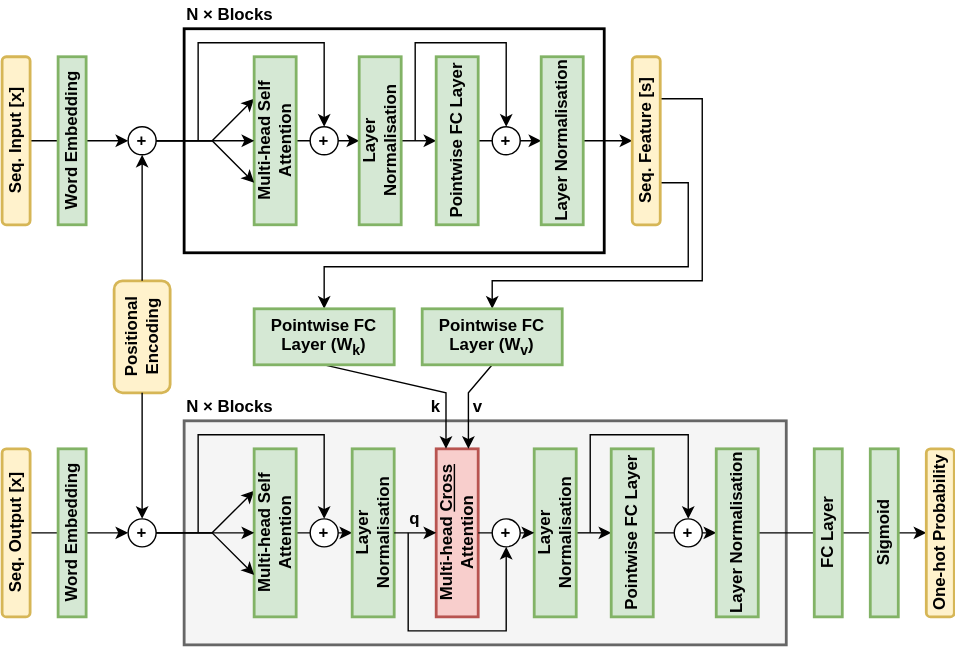
Above: transformer_encoding_decoding.svg in yyhtbs-yye/course_images (draw.io), before the change. Source tidied: cells renumbered, new cells last; positions are measured from the earlier drawing's top-left corner, leaving out a move shared by most shapes. The source it was exported from:
```xml
<mxGraphModel>
  <root>
    <mxCell id="0" />
    <mxCell id="1" parent="0" />
    <mxCell id="2" style="rounded=0;whiteSpace=wrap;html=1;strokeWidth=2;fillColor=#f5f5f5;fontColor=#333333;strokeColor=#666666;" parent="1" vertex="1">
      <mxGeometry x="130" y="300" width="430" height="160" as="geometry" />
    </mxCell>
    <mxCell id="3" style="rounded=0;jettySize=auto;html=1;entryX=0;entryY=0.25;entryDx=0;entryDy=0;" parent="1" edge="1" source="8" target="11">
      <mxGeometry relative="1" as="geometry">
        <Array as="points">
          <mxPoint x="150" y="380" />
        </Array>
      </mxGeometry>
    </mxCell>
    <mxCell id="4" style="rounded=0;jettySize=auto;html=1;" parent="1" edge="1" source="5" target="8">
      <mxGeometry relative="1" as="geometry" />
    </mxCell>
    <mxCell id="5" value="Seq. Output [x]" style="rounded=1;whiteSpace=wrap;html=1;fillColor=#fff2cc;strokeColor=#d6b656;horizontal=0;fontStyle=1;strokeWidth=2;" parent="1" vertex="1">
      <mxGeometry y="320" width="20" height="120" as="geometry" />
    </mxCell>
    <mxCell id="6" value="Word Embedding" style="rounded=0;whiteSpace=wrap;html=1;fillColor=#d5e8d4;strokeColor=#82b366;horizontal=0;fontStyle=1;strokeWidth=2;" parent="1" vertex="1">
      <mxGeometry x="40" y="320" width="20" height="120" as="geometry" />
    </mxCell>
    <mxCell id="7" value="Positional Encoding" style="rounded=1;whiteSpace=wrap;html=1;fillColor=#fff2cc;strokeColor=#d6b656;horizontal=0;fontStyle=1;strokeWidth=2;" parent="1" vertex="1">
      <mxGeometry x="80" y="200" width="40" height="80" as="geometry" />
    </mxCell>
    <mxCell id="8" value="+" style="ellipse;whiteSpace=wrap;html=1;fontStyle=1;" parent="1" vertex="1">
      <mxGeometry x="90" y="370" width="20" height="20" as="geometry" />
    </mxCell>
    <mxCell id="9" style="rounded=0;jettySize=auto;html=1;" parent="1" edge="1" source="7" target="8">
      <mxGeometry relative="1" as="geometry" />
    </mxCell>
    <mxCell id="10" style="rounded=0;jettySize=auto;html=1;" parent="1" edge="1" source="11" target="13">
      <mxGeometry relative="1" as="geometry" />
    </mxCell>
    <mxCell id="11" value="Multi-head Self Attention" style="rounded=0;whiteSpace=wrap;html=1;fillColor=#d5e8d4;strokeColor=#82b366;horizontal=0;fontStyle=1;strokeWidth=2;" parent="1" vertex="1">
      <mxGeometry x="180" y="320" width="30" height="120" as="geometry" />
    </mxCell>
    <mxCell id="12" style="rounded=0;jettySize=auto;html=1;" parent="1" edge="1" source="27" target="15">
      <mxGeometry relative="1" as="geometry" />
    </mxCell>
    <mxCell id="13" value="Layer&lt;br&gt;Normalisation" style="rounded=0;whiteSpace=wrap;html=1;fillColor=#d5e8d4;strokeColor=#82b366;horizontal=0;fontStyle=1;strokeWidth=2;" parent="1" vertex="1">
      <mxGeometry x="250" y="320" width="30" height="120" as="geometry" />
    </mxCell>
    <mxCell id="14" style="rounded=0;jettySize=auto;html=1;" parent="1" edge="1" source="15" target="17">
      <mxGeometry relative="1" as="geometry" />
    </mxCell>
    <mxCell id="15" value="Pointwise FC Layer" style="rounded=0;whiteSpace=wrap;html=1;fillColor=#d5e8d4;strokeColor=#82b366;horizontal=0;fontStyle=1;strokeWidth=2;" parent="1" vertex="1">
      <mxGeometry x="435" y="320" width="30" height="120" as="geometry" />
    </mxCell>
    <mxCell id="16" style="rounded=0;jettySize=auto;html=1;" parent="1" edge="1" source="17" target="25">
      <mxGeometry relative="1" as="geometry" />
    </mxCell>
    <mxCell id="17" value="Layer Normalisation" style="rounded=0;whiteSpace=wrap;html=1;fillColor=#d5e8d4;strokeColor=#82b366;horizontal=0;fontStyle=1;strokeWidth=2;" parent="1" vertex="1">
      <mxGeometry x="510" y="320" width="30" height="120" as="geometry" />
    </mxCell>
    <mxCell id="18" value="N × Blocks" style="text;html=1;strokeColor=none;fillColor=none;align=left;verticalAlign=middle;whiteSpace=wrap;rounded=0;fontStyle=1;" parent="1" vertex="1">
      <mxGeometry x="130" y="280" width="100" height="20" as="geometry" />
    </mxCell>
    <mxCell id="19" style="rounded=0;jettySize=auto;html=1;entryX=0;entryY=0.75;entryDx=0;entryDy=0;" parent="1" edge="1" source="8" target="11">
      <mxGeometry relative="1" as="geometry">
        <Array as="points">
          <mxPoint x="150" y="380" />
        </Array>
      </mxGeometry>
    </mxCell>
    <mxCell id="20" style="rounded=0;jettySize=auto;html=1;entryX=0;entryY=0.5;entryDx=0;entryDy=0;" parent="1" edge="1" source="8" target="11">
      <mxGeometry relative="1" as="geometry" />
    </mxCell>
    <mxCell id="21" style="endArrow=classic;html=1;rounded=0;" parent="1" edge="1" target="22">
      <mxGeometry relative="1" as="geometry">
        <mxPoint x="140" y="380" as="sourcePoint" />
        <Array as="points">
          <mxPoint x="140" y="310" />
          <mxPoint x="230" y="310" />
        </Array>
      </mxGeometry>
    </mxCell>
    <mxCell id="22" value="+" style="ellipse;whiteSpace=wrap;html=1;fontStyle=1;" parent="1" vertex="1">
      <mxGeometry x="220" y="370" width="20" height="20" as="geometry" />
    </mxCell>
    <mxCell id="23" value="+" style="ellipse;whiteSpace=wrap;html=1;fontStyle=1;" parent="1" vertex="1">
      <mxGeometry x="480" y="370" width="20" height="20" as="geometry" />
    </mxCell>
    <mxCell id="24" style="endArrow=classic;html=1;rounded=0;" parent="1" edge="1" target="23">
      <mxGeometry relative="1" as="geometry">
        <mxPoint x="420" y="380" as="sourcePoint" />
        <Array as="points">
          <mxPoint x="420" y="310" />
          <mxPoint x="490" y="310" />
        </Array>
      </mxGeometry>
    </mxCell>
    <mxCell id="25" value="One-hot Probability" style="rounded=1;whiteSpace=wrap;html=1;fillColor=#fff2cc;strokeColor=#d6b656;horizontal=0;fontStyle=1;strokeWidth=2;" parent="1" vertex="1">
      <mxGeometry x="660" y="320" width="20" height="120" as="geometry" />
    </mxCell>
    <mxCell id="26" value="Multi-head &lt;u&gt;Cross &lt;/u&gt;Attention" style="rounded=0;whiteSpace=wrap;html=1;fillColor=#f8cecc;strokeColor=#b85450;horizontal=0;fontStyle=1;strokeWidth=2;" parent="1" vertex="1">
      <mxGeometry x="310" y="320" width="30" height="120" as="geometry" />
    </mxCell>
    <mxCell id="27" value="Layer&lt;br&gt;Normalisation" style="rounded=0;whiteSpace=wrap;html=1;fillColor=#d5e8d4;strokeColor=#82b366;horizontal=0;fontStyle=1;strokeWidth=2;" parent="1" vertex="1">
      <mxGeometry x="380" y="320" width="30" height="120" as="geometry" />
    </mxCell>
    <mxCell id="28" style="endArrow=classic;html=1;rounded=0;" parent="1" edge="1" target="31">
      <mxGeometry relative="1" as="geometry">
        <mxPoint x="290" y="380" as="sourcePoint" />
        <Array as="points">
          <mxPoint x="290" y="450" />
          <mxPoint x="360" y="450" />
        </Array>
      </mxGeometry>
    </mxCell>
    <mxCell id="29" style="rounded=0;jettySize=auto;html=1;" parent="1" edge="1" source="13" target="26">
      <mxGeometry relative="1" as="geometry" />
    </mxCell>
    <mxCell id="30" style="rounded=0;jettySize=auto;html=1;" parent="1" edge="1" source="26" target="27">
      <mxGeometry relative="1" as="geometry" />
    </mxCell>
    <mxCell id="31" value="+" style="ellipse;whiteSpace=wrap;html=1;fontStyle=1;" parent="1" vertex="1">
      <mxGeometry x="350" y="370" width="20" height="20" as="geometry" />
    </mxCell>
    <mxCell id="32" style="endArrow=classic;html=1;rounded=0;entryX=0.25;entryY=0;entryDx=0;entryDy=0;exitX=0.5;exitY=1;exitDx=0;exitDy=0;" parent="1" edge="1" source="64">
      <mxGeometry relative="1" as="geometry">
        <mxPoint x="317" y="320" as="targetPoint" />
        <Array as="points">
          <mxPoint x="317" y="280" />
        </Array>
      </mxGeometry>
    </mxCell>
    <mxCell id="33" style="endArrow=classic;html=1;rounded=0;entryX=0.25;entryY=0;entryDx=0;entryDy=0;exitX=0.5;exitY=1;exitDx=0;exitDy=0;" parent="1" edge="1" source="65">
      <mxGeometry relative="1" as="geometry">
        <mxPoint x="333" y="320" as="targetPoint" />
        <Array as="points">
          <mxPoint x="333" y="280" />
        </Array>
      </mxGeometry>
    </mxCell>
    <mxCell id="34" value="q" style="text;html=1;strokeColor=none;fillColor=none;align=center;verticalAlign=middle;whiteSpace=wrap;rounded=0;fontStyle=1;" parent="1" vertex="1">
      <mxGeometry x="285" y="360" width="20" height="20" as="geometry" />
    </mxCell>
    <mxCell id="35" value="k" style="text;html=1;strokeColor=none;fillColor=none;align=center;verticalAlign=middle;whiteSpace=wrap;rounded=0;fontStyle=1;" parent="1" vertex="1">
      <mxGeometry x="300" y="280" width="20" height="20" as="geometry" />
    </mxCell>
    <mxCell id="36" value="v" style="text;html=1;strokeColor=none;fillColor=none;align=center;verticalAlign=middle;whiteSpace=wrap;rounded=0;fontStyle=1;" parent="1" vertex="1">
      <mxGeometry x="330" y="280" width="20" height="20" as="geometry" />
    </mxCell>
    <mxCell id="37" value="FC Layer" style="rounded=0;whiteSpace=wrap;html=1;fillColor=#d5e8d4;strokeColor=#82b366;horizontal=0;fontStyle=1;strokeWidth=2;" parent="1" vertex="1">
      <mxGeometry x="580" y="320" width="20" height="120" as="geometry" />
    </mxCell>
    <mxCell id="38" value="Sigmoid" style="rounded=0;whiteSpace=wrap;html=1;fillColor=#d5e8d4;strokeColor=#82b366;horizontal=0;fontStyle=1;strokeWidth=2;" parent="1" vertex="1">
      <mxGeometry x="620" y="320" width="20" height="120" as="geometry" />
    </mxCell>
    <mxCell id="39" style="rounded=0;whiteSpace=wrap;html=1;strokeWidth=2;" parent="1" vertex="1">
      <mxGeometry x="130" y="20" width="300" height="160" as="geometry" />
    </mxCell>
    <mxCell id="40" style="rounded=0;jettySize=auto;html=1;entryX=0;entryY=0.25;entryDx=0;entryDy=0;" parent="1" edge="1" source="44" target="47">
      <mxGeometry relative="1" as="geometry">
        <Array as="points">
          <mxPoint x="150" y="100" />
        </Array>
      </mxGeometry>
    </mxCell>
    <mxCell id="41" style="rounded=0;jettySize=auto;html=1;" parent="1" edge="1" source="42" target="44">
      <mxGeometry relative="1" as="geometry" />
    </mxCell>
    <mxCell id="42" value="Seq. Input [x]" style="rounded=1;whiteSpace=wrap;html=1;fillColor=#fff2cc;strokeColor=#d6b656;horizontal=0;fontStyle=1;strokeWidth=2;" parent="1" vertex="1">
      <mxGeometry y="40" width="20" height="120" as="geometry" />
    </mxCell>
    <mxCell id="43" value="Word Embedding" style="rounded=0;whiteSpace=wrap;html=1;fillColor=#d5e8d4;strokeColor=#82b366;horizontal=0;fontStyle=1;strokeWidth=2;" parent="1" vertex="1">
      <mxGeometry x="40" y="40" width="20" height="120" as="geometry" />
    </mxCell>
    <mxCell id="44" value="+" style="ellipse;whiteSpace=wrap;html=1;fontStyle=1;" parent="1" vertex="1">
      <mxGeometry x="90" y="90" width="20" height="20" as="geometry" />
    </mxCell>
    <mxCell id="45" style="rounded=0;jettySize=auto;html=1;" parent="1" edge="1" source="7" target="44">
      <mxGeometry relative="1" as="geometry" />
    </mxCell>
    <mxCell id="46" style="rounded=0;jettySize=auto;html=1;" parent="1" edge="1" source="47" target="49">
      <mxGeometry relative="1" as="geometry" />
    </mxCell>
    <mxCell id="47" value="Multi-head Self Attention" style="rounded=0;whiteSpace=wrap;html=1;fillColor=#d5e8d4;strokeColor=#82b366;horizontal=0;fontStyle=1;strokeWidth=2;" parent="1" vertex="1">
      <mxGeometry x="180" y="40" width="30" height="120" as="geometry" />
    </mxCell>
    <mxCell id="48" style="rounded=0;jettySize=auto;html=1;exitX=1;exitY=0.5;exitDx=0;exitDy=0;" parent="1" edge="1" source="49" target="51">
      <mxGeometry relative="1" as="geometry" />
    </mxCell>
    <mxCell id="49" value="Layer&lt;br&gt;Normalisation" style="rounded=0;whiteSpace=wrap;html=1;fillColor=#d5e8d4;strokeColor=#82b366;horizontal=0;fontStyle=1;strokeWidth=2;" parent="1" vertex="1">
      <mxGeometry x="255" y="40" width="30" height="120" as="geometry" />
    </mxCell>
    <mxCell id="50" style="rounded=0;jettySize=auto;html=1;" parent="1" edge="1" source="51" target="53">
      <mxGeometry relative="1" as="geometry" />
    </mxCell>
    <mxCell id="51" value="Pointwise FC Layer" style="rounded=0;whiteSpace=wrap;html=1;fillColor=#d5e8d4;strokeColor=#82b366;horizontal=0;fontStyle=1;strokeWidth=2;" parent="1" vertex="1">
      <mxGeometry x="310" y="40" width="30" height="120" as="geometry" />
    </mxCell>
    <mxCell id="52" style="rounded=0;jettySize=auto;html=1;" parent="1" edge="1" source="53">
      <mxGeometry relative="1" as="geometry">
        <mxPoint x="450" y="100" as="targetPoint" />
      </mxGeometry>
    </mxCell>
    <mxCell id="53" value="Layer Normalisation" style="rounded=0;whiteSpace=wrap;html=1;fillColor=#d5e8d4;strokeColor=#82b366;horizontal=0;fontStyle=1;strokeWidth=2;" parent="1" vertex="1">
      <mxGeometry x="385" y="40" width="30" height="120" as="geometry" />
    </mxCell>
    <mxCell id="54" value="N × Blocks" style="text;html=1;strokeColor=none;fillColor=none;align=left;verticalAlign=middle;whiteSpace=wrap;rounded=0;fontStyle=1;" parent="1" vertex="1">
      <mxGeometry x="130" width="100" height="20" as="geometry" />
    </mxCell>
    <mxCell id="55" style="rounded=0;jettySize=auto;html=1;entryX=0;entryY=0.75;entryDx=0;entryDy=0;" parent="1" edge="1" source="44" target="47">
      <mxGeometry relative="1" as="geometry">
        <Array as="points">
          <mxPoint x="150" y="100" />
        </Array>
      </mxGeometry>
    </mxCell>
    <mxCell id="56" style="rounded=0;jettySize=auto;html=1;entryX=0;entryY=0.5;entryDx=0;entryDy=0;" parent="1" edge="1" source="44" target="47">
      <mxGeometry relative="1" as="geometry" />
    </mxCell>
    <mxCell id="57" style="endArrow=classic;html=1;rounded=0;" parent="1" edge="1" target="58">
      <mxGeometry relative="1" as="geometry">
        <mxPoint x="140" y="100" as="sourcePoint" />
        <Array as="points">
          <mxPoint x="140" y="30" />
          <mxPoint x="230" y="30" />
        </Array>
      </mxGeometry>
    </mxCell>
    <mxCell id="58" value="+" style="ellipse;whiteSpace=wrap;html=1;fontStyle=1;" parent="1" vertex="1">
      <mxGeometry x="220" y="90" width="20" height="20" as="geometry" />
    </mxCell>
    <mxCell id="59" value="+" style="ellipse;whiteSpace=wrap;html=1;fontStyle=1;" parent="1" vertex="1">
      <mxGeometry x="350" y="90" width="20" height="20" as="geometry" />
    </mxCell>
    <mxCell id="60" style="endArrow=classic;html=1;rounded=0;" parent="1" edge="1">
      <mxGeometry relative="1" as="geometry">
        <mxPoint x="295" y="100" as="sourcePoint" />
        <mxPoint x="360" y="90" as="targetPoint" />
        <Array as="points">
          <mxPoint x="295" y="30" />
          <mxPoint x="360" y="30" />
        </Array>
      </mxGeometry>
    </mxCell>
    <mxCell id="61" style="edgeStyle=orthogonalEdgeStyle;rounded=0;jettySize=auto;html=1;exitX=1;exitY=0.75;exitDx=0;exitDy=0;entryX=0.5;entryY=0;entryDx=0;entryDy=0;" parent="1" edge="1" source="63" target="64">
      <mxGeometry relative="1" as="geometry">
        <Array as="points">
          <mxPoint x="490" y="130" />
          <mxPoint x="490" y="190" />
          <mxPoint x="230" y="190" />
        </Array>
      </mxGeometry>
    </mxCell>
    <mxCell id="62" style="edgeStyle=orthogonalEdgeStyle;rounded=0;jettySize=auto;html=1;exitX=1;exitY=0.25;exitDx=0;exitDy=0;" parent="1" edge="1" source="63" target="65">
      <mxGeometry relative="1" as="geometry">
        <Array as="points">
          <mxPoint x="500" y="70" />
          <mxPoint x="500" y="200" />
          <mxPoint x="350" y="200" />
        </Array>
      </mxGeometry>
    </mxCell>
    <mxCell id="63" value="Seq. Feature [s]" style="rounded=1;whiteSpace=wrap;html=1;fillColor=#fff2cc;strokeColor=#d6b656;horizontal=0;fontStyle=1;strokeWidth=2;" parent="1" vertex="1">
      <mxGeometry x="450" y="40" width="20" height="120" as="geometry" />
    </mxCell>
    <mxCell id="64" value="Pointwise FC Layer (W&lt;sub&gt;k&lt;/sub&gt;)" style="rounded=0;whiteSpace=wrap;html=1;fillColor=#d5e8d4;strokeColor=#82b366;horizontal=1;fontStyle=1;strokeWidth=2;" parent="1" vertex="1">
      <mxGeometry x="180" y="220" width="100" height="40" as="geometry" />
    </mxCell>
    <mxCell id="65" value="Pointwise FC Layer (W&lt;sub&gt;v&lt;/sub&gt;)" style="rounded=0;whiteSpace=wrap;html=1;fillColor=#d5e8d4;strokeColor=#82b366;horizontal=1;fontStyle=1;strokeWidth=2;" parent="1" vertex="1">
      <mxGeometry x="300" y="220" width="100" height="40" as="geometry" />
    </mxCell>
  </root>
</mxGraphModel>
```
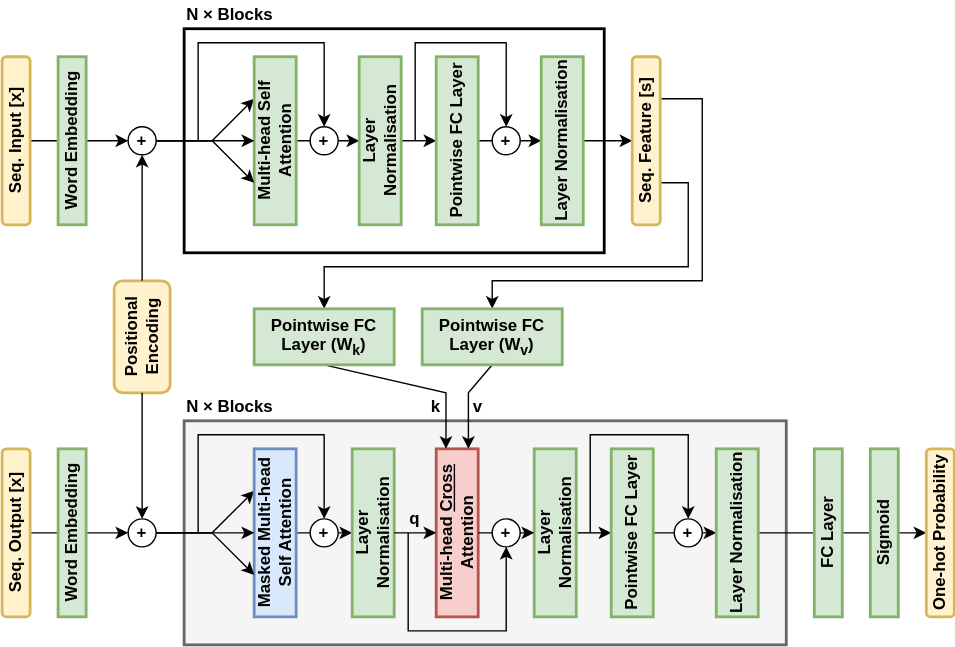
Later version of the same file.

The edit, as a diff of the source:
```diff
@@ -33,7 +33,7 @@
     <mxCell id="10" style="rounded=0;jettySize=auto;html=1;" parent="1" edge="1" source="11" target="13">
       <mxGeometry relative="1" as="geometry" />
     </mxCell>
-    <mxCell id="11" value="Multi-head Self Attention" style="rounded=0;whiteSpace=wrap;html=1;fillColor=#d5e8d4;strokeColor=#82b366;horizontal=0;fontStyle=1;strokeWidth=2;" parent="1" vertex="1">
+    <mxCell id="11" value="Masked Multi-head Self Attention" style="rounded=0;whiteSpace=wrap;html=1;fillColor=#dae8fc;strokeColor=#6c8ebf;horizontal=0;fontStyle=1;strokeWidth=2;" parent="1" vertex="1">
       <mxGeometry x="180" y="320" width="30" height="120" as="geometry" />
     </mxCell>
     <mxCell id="12" style="rounded=0;jettySize=auto;html=1;" parent="1" edge="1" source="27" target="15">
```
